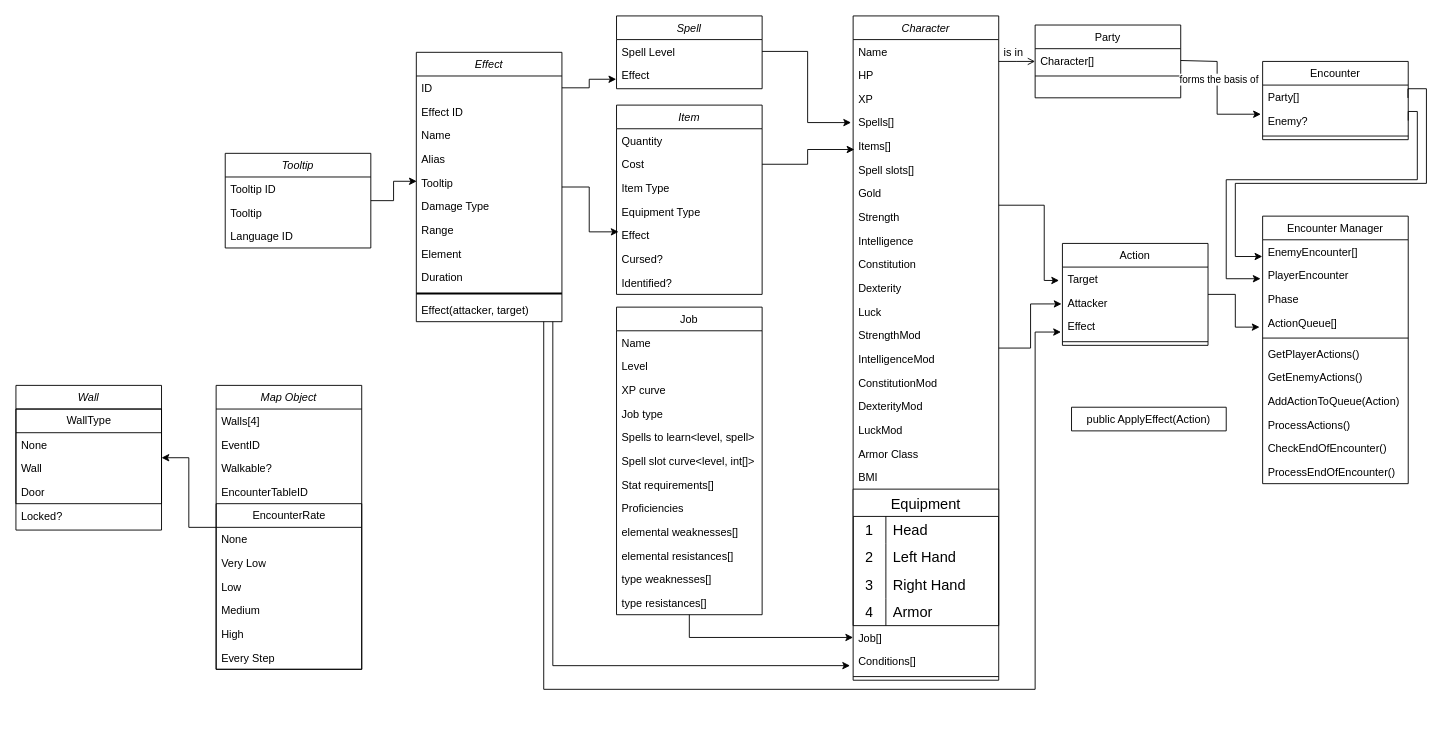
Schir/rpg-backend keeps this draw.io diagram as classes.drawio. Above is the earlier version. Source tidied: cells renumbered, new cells numbered last; positions are measured from the earlier drawing's top-left corner, leaving out a move shared by most shapes. Both pictures are drawn from the tidied source at 91%, with x=0, y=0 at pixel (15, 15).
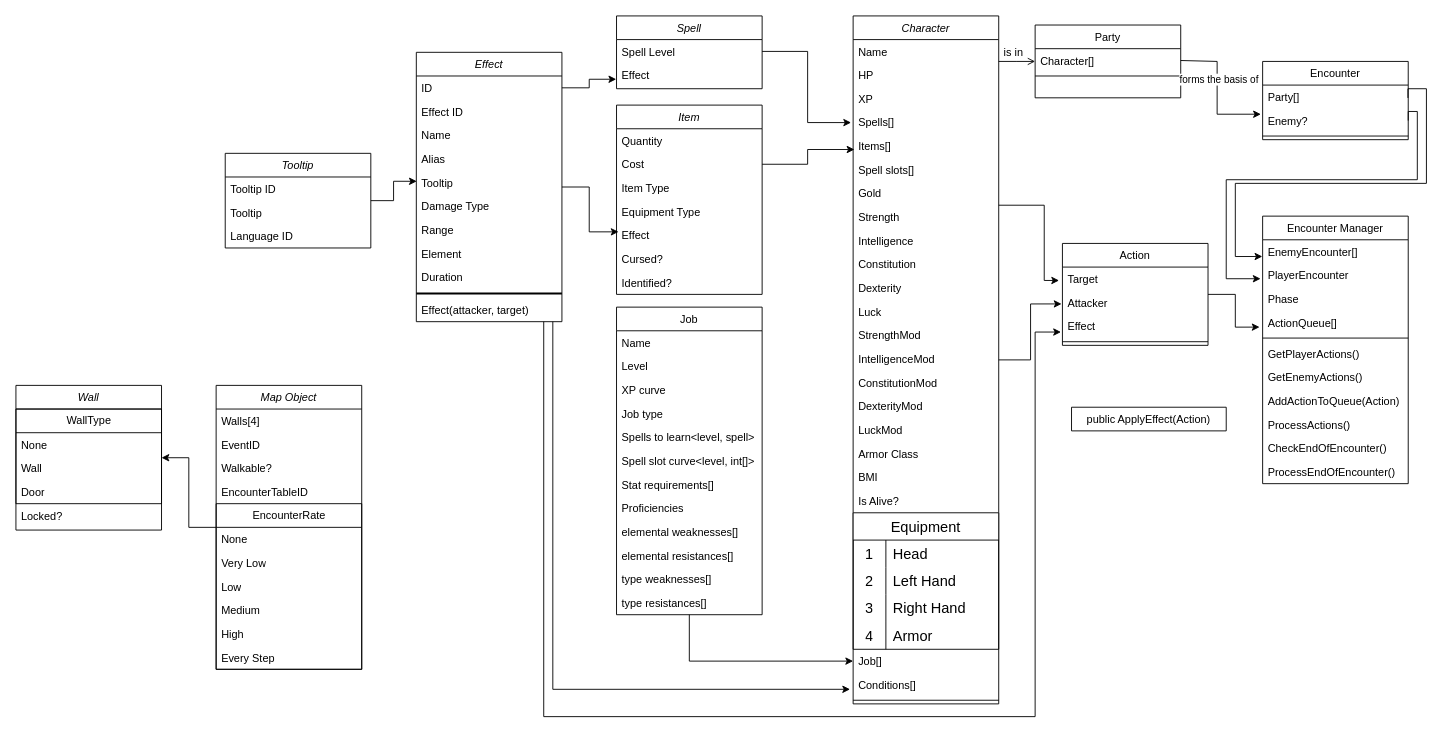
The same diagram, later.

Unchanged cells that the change refers to:
```xml
<mxCell id="66" value="Effect" style="swimlane;fontStyle=2;align=center;verticalAlign=top;horizontal=1;startSize=26;rounded=0;shadow=0;strokeWidth=1;" parent="1" vertex="1">
  <mxGeometry x="440" y="40" width="160" height="296" as="geometry" />
</mxCell>
<mxCell id="94" value="Effect" style="text;align=left;verticalAlign=top;spacingLeft=4;spacingRight=4;overflow=hidden;points=[[0,0.5],[1,0.5]];portConstraint=eastwest;" parent="91" vertex="1">
  <mxGeometry y="78" width="160" height="26" as="geometry" />
</mxCell>
```

Diff of the diagram source:
```diff
@@
     <mxCell id="3" value="Character" style="swimlane;fontStyle=2;align=center;verticalAlign=top;horizontal=1;startSize=26;rounded=0;shadow=0;strokeWidth=1;" parent="1" vertex="1">
-      <mxGeometry x="920" width="160" height="730" as="geometry" />
+      <mxGeometry x="920" width="160" height="756" as="geometry" />
     </mxCell>
@@
+    <mxCell id="139" value="Is Alive?" style="text;align=left;verticalAlign=top;spacingLeft=4;spacingRight=4;overflow=hidden;rounded=0;shadow=0;html=0;" parent="3" vertex="1">
+      <mxGeometry y="520" width="160" height="26" as="geometry" />
+    </mxCell>
     <mxCell id="23" value="Equipment" style="shape=table;startSize=30;childLayout=tableLayout;rowLines=0;fontStyle=0;strokeColor=default;fontSize=16;" parent="3" vertex="1">
-      <mxGeometry y="520" width="160" height="150" as="geometry" />
+      <mxGeometry y="546" width="160" height="150" as="geometry" />
     </mxCell>
@@
     <mxCell id="36" value="Job[]" style="text;align=left;verticalAlign=top;spacingLeft=4;spacingRight=4;overflow=hidden;points=[[0,0.5],[1,0.5]];portConstraint=eastwest;rounded=0;shadow=0;html=0;" parent="3" vertex="1">
-      <mxGeometry y="670" width="160" height="26" as="geometry" />
+      <mxGeometry y="696" width="160" height="26" as="geometry" />
     </mxCell>
     <mxCell id="37" value="Conditions[]" style="text;align=left;verticalAlign=top;spacingLeft=4;spacingRight=4;overflow=hidden;points=[[0,0.5],[1,0.5]];portConstraint=eastwest;rounded=0;shadow=0;html=0;" parent="3" vertex="1">
-      <mxGeometry y="696" width="160" height="26" as="geometry" />
+      <mxGeometry y="722" width="160" height="26" as="geometry" />
     </mxCell>
     <mxCell id="38" style="line;html=1;strokeWidth=1;align=left;verticalAlign=middle;spacingTop=-1;spacingLeft=3;spacingRight=3;labelPosition=right;" parent="3" vertex="1">
-      <mxGeometry y="722" width="160" height="8" as="geometry" />
+      <mxGeometry y="748" width="160" height="8" as="geometry" />
     </mxCell>
@@
     <mxCell id="65" style="edgeStyle=orthogonalEdgeStyle;rounded=0;jettySize=auto;html=1;entryX=-0.021;entryY=0.691;entryDx=0;entryDy=0;entryPerimeter=0;" parent="1" edge="1" source="66" target="37">
       <mxGeometry relative="1" as="geometry">
         <Array as="points">
-          <mxPoint x="590" y="714" />
+          <mxPoint x="590" y="740" />
         </Array>
       </mxGeometry>
     </mxCell>
@@
     <mxCell id="117" style="edgeStyle=orthogonalEdgeStyle;rounded=0;jettySize=auto;html=1;entryX=-0.01;entryY=0.745;entryDx=0;entryDy=0;entryPerimeter=0;" parent="1" edge="1" source="66" target="94">
       <mxGeometry relative="1" as="geometry">
         <Array as="points">
-          <mxPoint x="580" y="740" />
-          <mxPoint x="1120" y="740" />
+          <mxPoint x="580" y="770" />
+          <mxPoint x="1120" y="770" />
           <mxPoint x="1120" y="347" />
         </Array>
       </mxGeometry>
     </mxCell>
```
